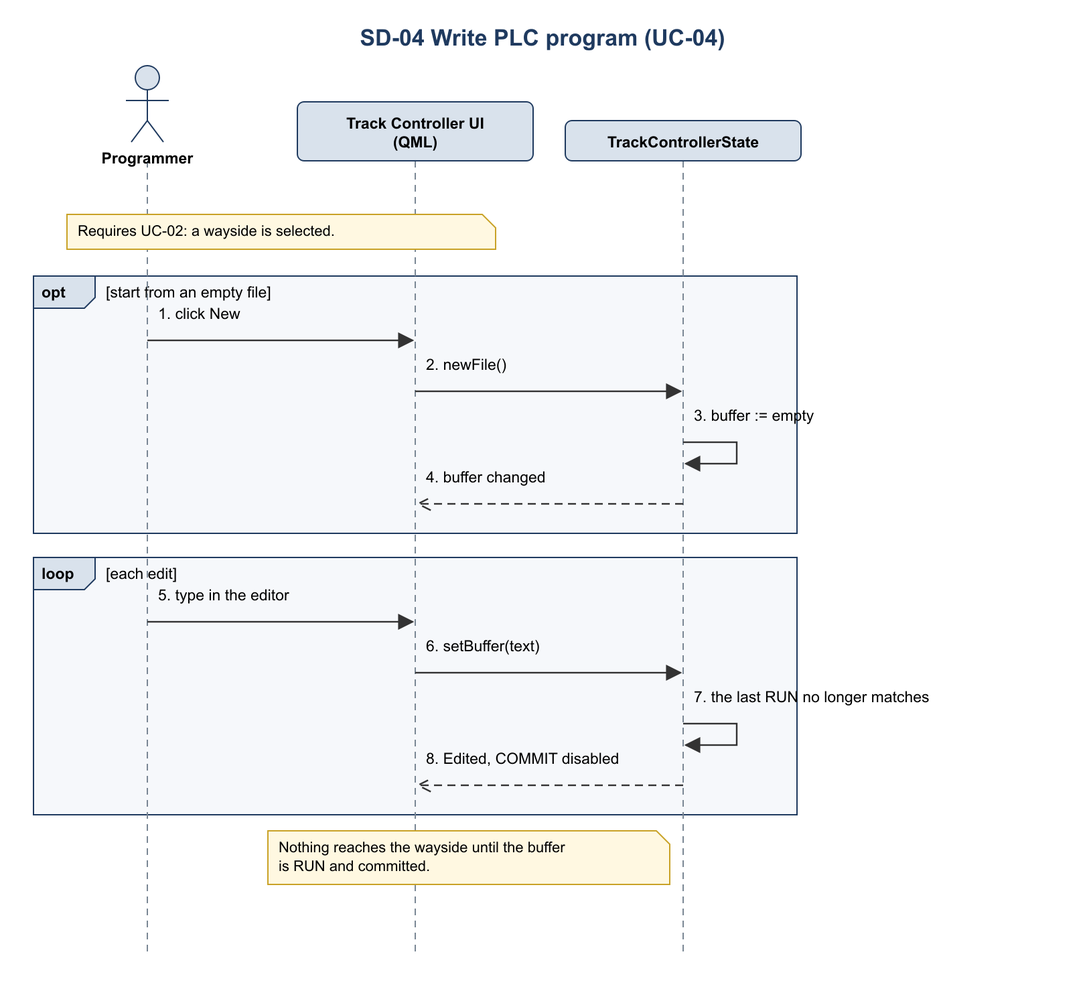
The Mermaid diagram documents/uml/track_ctrl_sw/sequence/sd04_write_plc_program.png in Landiss04/Track-Overflow, before a commit. Its source is kept beside it as documents/uml/track_ctrl_sw/sequence/sd04_write_plc_program.mmd. The source it was exported from:
```mermaid
sequenceDiagram
    autonumber
    actor P as Programmer
    participant UI as Track Controller UI (QML)
    participant S as TrackControllerState
    Note over P,UI: Requires UC-02: a wayside is selected.
    opt start from an empty file
        P->>UI: click New
        UI->>S: newFile()
        S->>S: buffer := empty
        S-->>UI: buffer changed
    end
    loop each edit
        P->>UI: type in the editor
        UI->>S: setBuffer(text)
        S->>S: the last RUN no longer matches
        S-->>UI: Edited, COMMIT disabled
    end
    Note right of S: Nothing reaches the wayside until the buffer is RUN and committed.
```
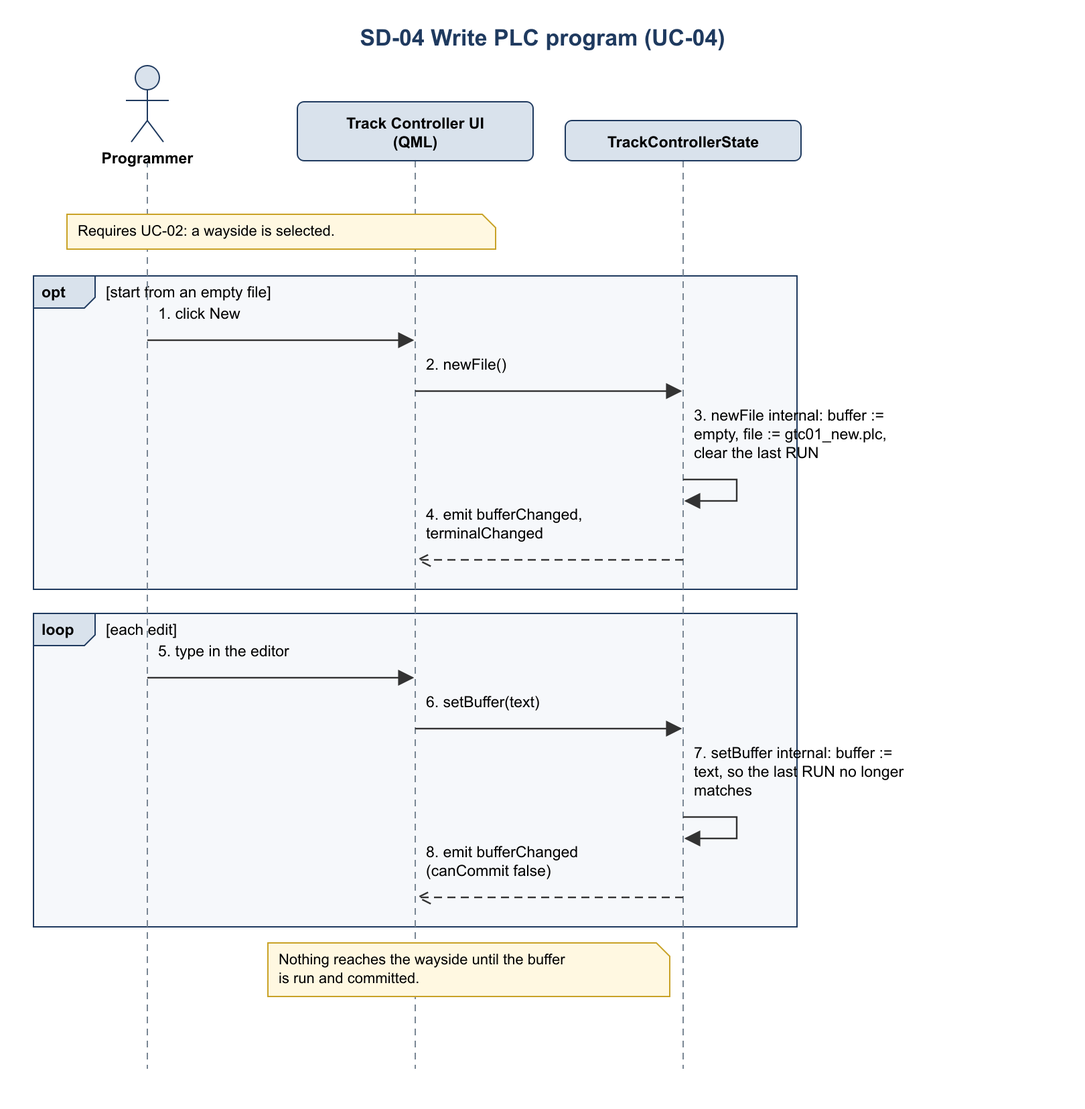
Later version of the same file.

What changed in the source:
```diff
@@ -7,13 +7,13 @@
     opt start from an empty file
         P->>UI: click New
         UI->>S: newFile()
-        S->>S: buffer := empty
-        S-->>UI: buffer changed
+        S->>S: newFile internal: buffer := empty, file := gtc01_new.plc, clear the last RUN
+        S-->>UI: emit bufferChanged, terminalChanged
     end
     loop each edit
         P->>UI: type in the editor
         UI->>S: setBuffer(text)
-        S->>S: the last RUN no longer matches
-        S-->>UI: Edited, COMMIT disabled
+        S->>S: setBuffer internal: buffer := text, so the last RUN no longer matches
+        S-->>UI: emit bufferChanged (canCommit false)
     end
-    Note right of S: Nothing reaches the wayside until the buffer is RUN and committed.
+    Note right of S: Nothing reaches the wayside until the buffer is run and committed.
```
